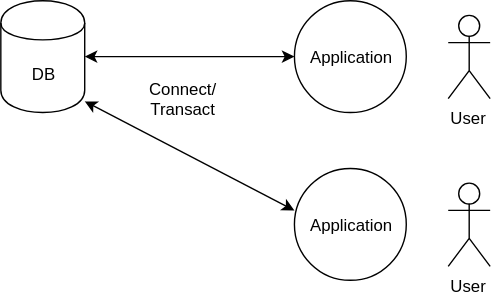
Earlier version of the draw.io export svg/DBConnect.svg (ImaiM/LectureDocs). Source tidied: cells renumbered, new cells last; positions are measured from the earlier drawing's top-left corner, leaving out a move shared by most shapes.
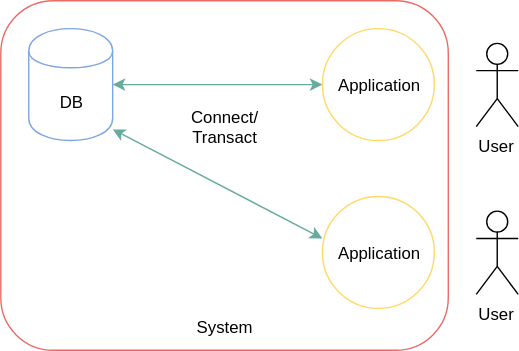
After the commit.

Change to the diagram source:
```diff
@@ -2,31 +2,34 @@
   <root>
     <mxCell id="0" />
     <mxCell id="1" parent="0" />
+    <mxCell id="10" value="&lt;br&gt;&lt;br&gt;&lt;br&gt;&lt;br&gt;&lt;br&gt;&lt;br&gt;&lt;br&gt;&lt;br&gt;&lt;br&gt;&lt;br&gt;&lt;br&gt;&lt;br&gt;&lt;br&gt;&lt;br&gt;&lt;br&gt;System&lt;br&gt;" style="rounded=1;whiteSpace=wrap;html=1;strokeColor=#EA6B66;" parent="1" vertex="1">
+      <mxGeometry x="-20" y="-20" width="320" height="250" as="geometry" />
+    </mxCell>
-    <mxCell id="2" value="DB&lt;br&gt;" style="shape=cylinder;whiteSpace=wrap;html=1;boundedLbl=1;backgroundOutline=1;" parent="1" vertex="1">
+    <mxCell id="2" value="DB&lt;br&gt;" style="shape=cylinder;whiteSpace=wrap;html=1;boundedLbl=1;backgroundOutline=1;fillColor=#FFFFFF;strokeColor=#7EA6E0;" parent="1" vertex="1">
       <mxGeometry width="60" height="80" as="geometry" />
     </mxCell>
-    <mxCell id="3" style="endArrow=classic;startArrow=classic;html=1;exitX=1;exitY=0.5;entryX=0;entryY=0.5;" parent="1" edge="1" source="2" target="4">
+    <mxCell id="3" style="endArrow=classic;startArrow=classic;html=1;exitX=1;exitY=0.5;entryX=0;entryY=0.5;strokeColor=#67AB9F;" parent="1" edge="1" source="2" target="4">
       <mxGeometry relative="1" as="geometry" />
     </mxCell>
-    <mxCell id="4" value="Application&lt;br&gt;" style="ellipse;whiteSpace=wrap;html=1;" parent="1" vertex="1">
+    <mxCell id="4" value="Application&lt;br&gt;" style="ellipse;whiteSpace=wrap;html=1;strokeColor=#FFD966;" parent="1" vertex="1">
       <mxGeometry x="210" width="80" height="80" as="geometry" />
     </mxCell>
     <mxCell id="5" value="User&lt;br&gt;" style="shape=umlActor;verticalLabelPosition=bottom;labelBackgroundColor=#ffffff;verticalAlign=top;html=1;" parent="1" vertex="1">
       <mxGeometry x="320" y="10" width="30" height="60" as="geometry" />
     </mxCell>
-    <mxCell id="6" style="endArrow=classic;startArrow=classic;html=1;exitX=1.003;exitY=0.9;exitPerimeter=0;" parent="1" edge="1" source="2">
+    <mxCell id="6" style="endArrow=classic;startArrow=classic;html=1;exitX=1.003;exitY=0.9;exitPerimeter=0;strokeColor=#67AB9F;" parent="1" edge="1" source="2">
       <mxGeometry relative="1" as="geometry">
         <mxPoint x="210" y="150" as="targetPoint" />
       </mxGeometry>
     </mxCell>
-    <mxCell id="7" value="Application&lt;br&gt;" style="ellipse;whiteSpace=wrap;html=1;" parent="1" vertex="1">
+    <mxCell id="7" value="Application&lt;br&gt;" style="ellipse;whiteSpace=wrap;html=1;strokeColor=#FFD966;" parent="1" vertex="1">
       <mxGeometry x="210" y="120" width="80" height="80" as="geometry" />
     </mxCell>
     <mxCell id="8" value="User&lt;br&gt;" style="shape=umlActor;verticalLabelPosition=bottom;labelBackgroundColor=#ffffff;verticalAlign=top;html=1;" parent="1" vertex="1">
       <mxGeometry x="320" y="130" width="30" height="60" as="geometry" />
     </mxCell>
     <mxCell id="9" value="Connect/&lt;br&gt;Transact&lt;br&gt;" style="text;html=1;strokeColor=none;fillColor=none;align=center;verticalAlign=middle;whiteSpace=wrap;rounded=0;" parent="1" vertex="1">
-      <mxGeometry x="110" y="60" width="40" height="20" as="geometry" />
+      <mxGeometry x="120" y="60" width="40" height="20" as="geometry" />
     </mxCell>
   </root>
 </mxGraphModel>
```
